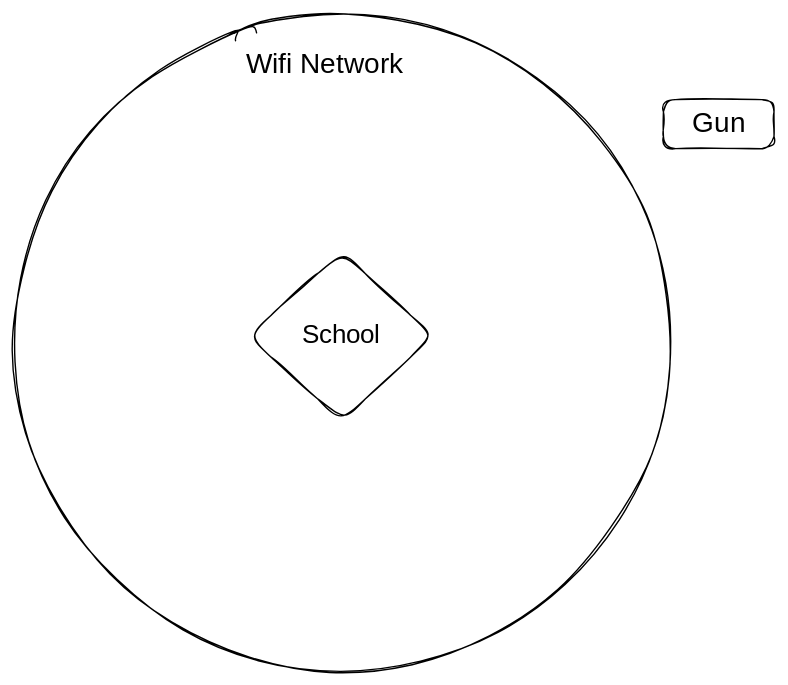
Before: .gitbook/assets/file.excalidraw.svg, a diagram exported from Excalidraw (civichacker/anti-oppressive). Source tidied: one line per element, renumbered; positions are measured from the earlier drawing's top-left corner, leaving out a move shared by most shapes. The source it was exported from:
```json
{"id": 0, "type": "ellipse", "strokeColor": "#000000", "strokeWidth": 1, "roughness": 1, "round": true, "x": 0, "y": 0, "width": 469, "height": 469}
{"id": 1, "type": "diamond", "strokeColor": "#000000", "strokeWidth": 1, "roughness": 1, "round": true, "x": 167, "y": 170, "width": 133, "height": 120}
{"id": 2, "type": "text", "text": "School", "strokeColor": "#000000", "strokeWidth": 1, "roughness": 1, "fontSize": 18.39, "fontFamily": 1, "textAlign": "center", "verticalAlign": "middle", "inside": 1, "x": 206, "y": 219, "width": 55, "height": 23}
{"id": 3, "type": "text", "text": "Wifi Network", "strokeColor": "#000000", "strokeWidth": 1, "roughness": 1, "fontSize": 20, "fontFamily": 1, "x": 166, "y": 24, "width": 120, "height": 25}
{"id": 4, "type": "rectangle", "strokeColor": "#000000", "strokeWidth": 1, "roughness": 1, "round": true, "x": 464, "y": 61, "width": 79, "height": 35}
{"id": 5, "type": "text", "text": "Gun", "strokeColor": "#000000", "strokeWidth": 1, "roughness": 1, "fontSize": 20, "fontFamily": 1, "textAlign": "center", "verticalAlign": "middle", "inside": 4, "x": 485, "y": 66, "width": 36, "height": 25}
```
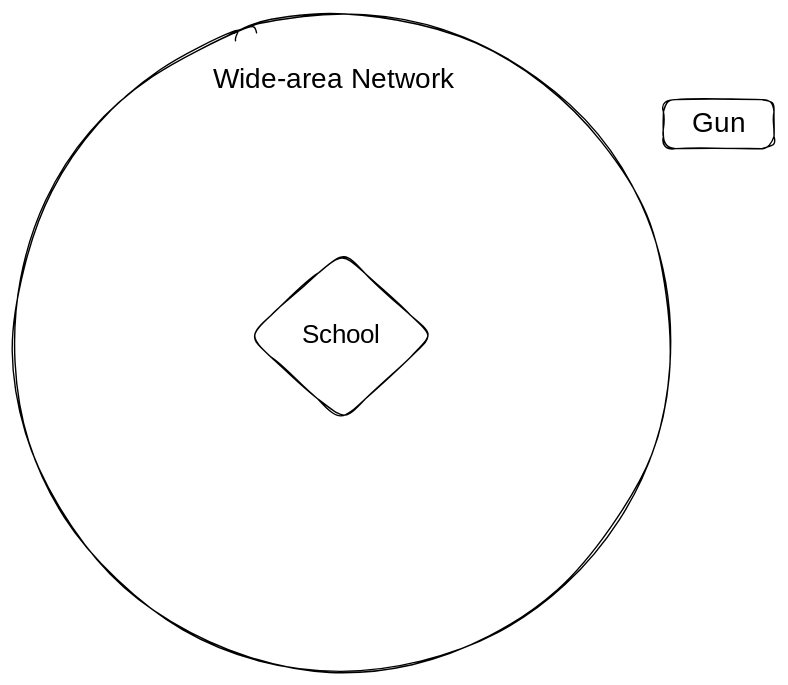
The same diagram one commit later.

Commit message:
GITBOOK-11: change request with no subject merged in GitBook

The edit, as a diff of the source:
```diff
@@ -1,6 +1,6 @@
 {"id": 0, "type": "ellipse", "strokeColor": "#000000", "strokeWidth": 1, "roughness": 1, "round": true, "x": 0, "y": 0, "width": 469, "height": 469}
 {"id": 1, "type": "diamond", "strokeColor": "#000000", "strokeWidth": 1, "roughness": 1, "round": true, "x": 167, "y": 170, "width": 133, "height": 120}
 {"id": 2, "type": "text", "text": "School", "strokeColor": "#000000", "strokeWidth": 1, "roughness": 1, "fontSize": 18.39, "fontFamily": 1, "textAlign": "center", "verticalAlign": "middle", "inside": 1, "x": 206, "y": 219, "width": 55, "height": 23}
-{"id": 3, "type": "text", "text": "Wifi Network", "strokeColor": "#000000", "strokeWidth": 1, "roughness": 1, "fontSize": 20, "fontFamily": 1, "x": 166, "y": 24, "width": 120, "height": 25}
+{"id": 3, "type": "text", "text": "Wide-area Network", "strokeColor": "#000000", "strokeWidth": 1, "roughness": 1, "fontSize": 20, "fontFamily": 1, "x": 142, "y": 35, "width": 183, "height": 25}
 {"id": 4, "type": "rectangle", "strokeColor": "#000000", "strokeWidth": 1, "roughness": 1, "round": true, "x": 464, "y": 61, "width": 79, "height": 35}
 {"id": 5, "type": "text", "text": "Gun", "strokeColor": "#000000", "strokeWidth": 1, "roughness": 1, "fontSize": 20, "fontFamily": 1, "textAlign": "center", "verticalAlign": "middle", "inside": 4, "x": 485, "y": 66, "width": 36, "height": 25}
```
